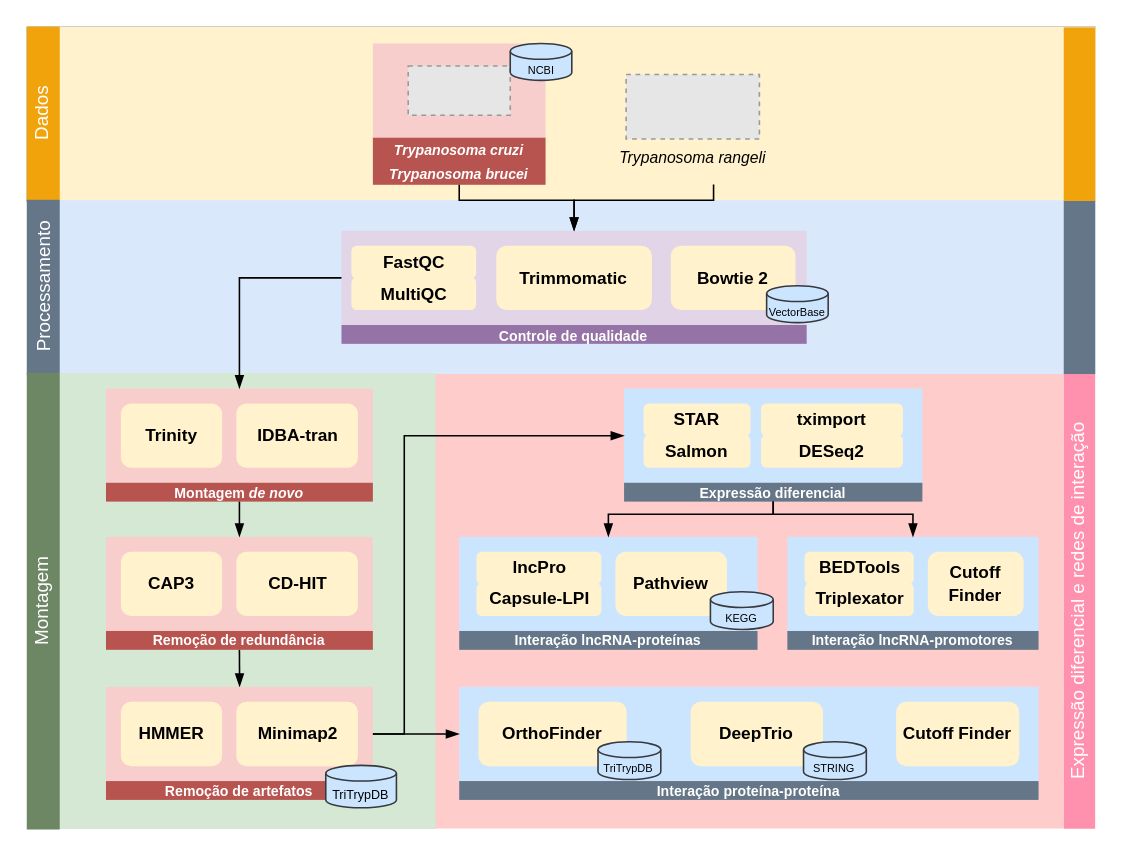
Above: ufsc/ppgbtc-doutorado/workflow_rnaseq_trangeli.drawio in ekazuo/draw-io (draw.io), before the change. Source tidied: cells renumbered, new cells numbered last; positions are measured from the earlier drawing's top-left corner, leaving out a move shared by most shapes. Both pictures are drawn from the tidied source at 157%, with x=0, y=0 at pixel (-185, 27). Pictures stored in the file or linked from it are replaced by grey dashed boxes.
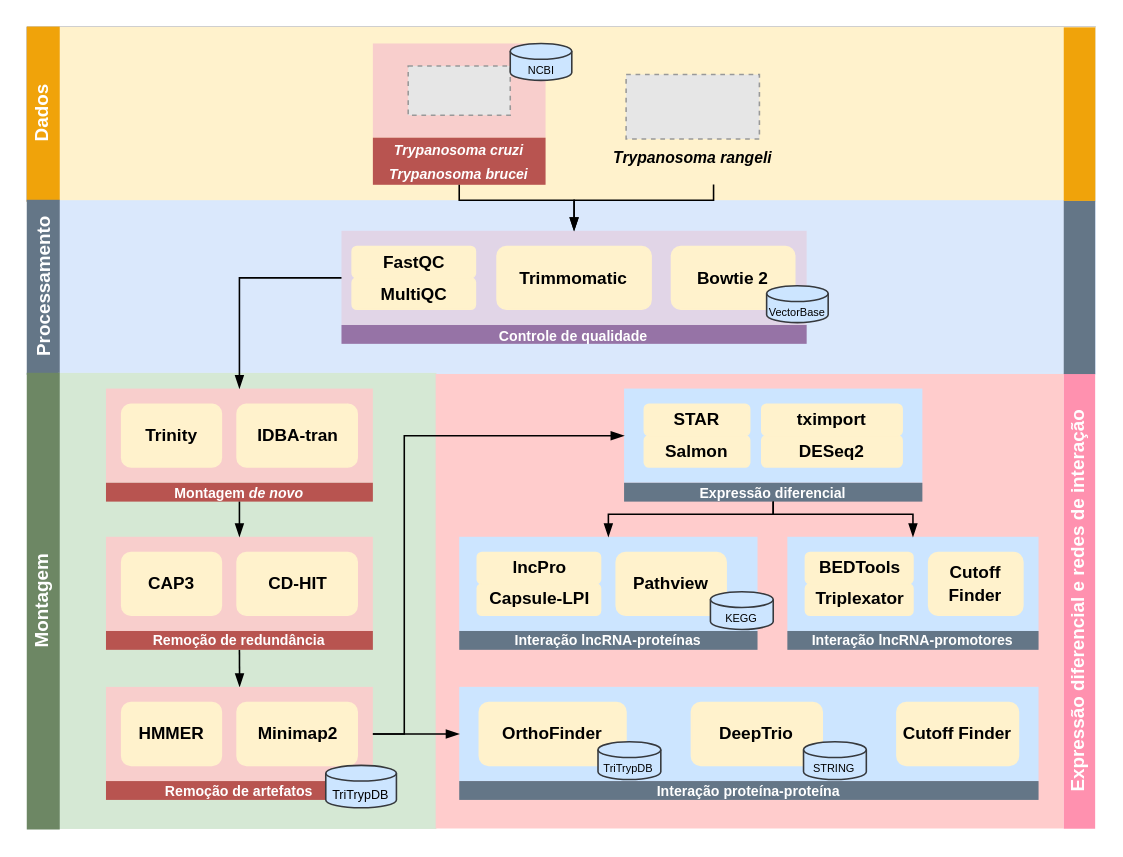
After the change.

The edit, as a diff of the source:
```diff
@@
-    <mxCell id="4" value="&lt;font color=&quot;#ffffff&quot;&gt;Dados&lt;/font&gt;" style="text;html=1;strokeColor=#F0A30A;fillColor=#F0A30A;align=center;verticalAlign=middle;whiteSpace=wrap;rounded=0;rotation=-90;fontColor=#000000;" parent="1" vertex="1">
+    <mxCell id="4" value="&lt;b&gt;&lt;font color=&quot;#ffffff&quot;&gt;Dados&lt;/font&gt;&lt;/b&gt;" style="text;html=1;strokeColor=#F0A30A;fillColor=#F0A30A;align=center;verticalAlign=middle;whiteSpace=wrap;rounded=0;rotation=-90;fontColor=#000000;" parent="1" vertex="1">
       <mxGeometry x="89.8" y="45.2" width="110.5" height="20" as="geometry" />
     </mxCell>
@@
-    <mxCell id="6" value="&lt;font color=&quot;#ffffff&quot;&gt;Processamento&lt;/font&gt;" style="text;html=1;strokeColor=#647687;fillColor=#647687;align=center;verticalAlign=middle;whiteSpace=wrap;rounded=0;rotation=-90;fontColor=#000000;" parent="1" vertex="1">
+    <mxCell id="6" value="&lt;b&gt;&lt;font color=&quot;#ffffff&quot;&gt;Processamento&lt;/font&gt;&lt;/b&gt;" style="text;html=1;strokeColor=#647687;fillColor=#647687;align=center;verticalAlign=middle;whiteSpace=wrap;rounded=0;rotation=-90;fontColor=#000000;" parent="1" vertex="1">
       <mxGeometry x="89.8" y="155.5" width="110.5" height="20" as="geometry" />
     </mxCell>
@@
-    <mxCell id="8" value="&lt;font color=&quot;#ffffff&quot;&gt;Montagem&lt;/font&gt;" style="text;html=1;strokeColor=#6D8764;fillColor=#6D8764;align=center;verticalAlign=middle;whiteSpace=wrap;rounded=0;rotation=-90;fontColor=#000000;" parent="1" vertex="1">
+    <mxCell id="8" value="&lt;b&gt;&lt;font color=&quot;#ffffff&quot;&gt;Montagem&lt;/font&gt;&lt;/b&gt;" style="text;html=1;strokeColor=#6D8764;fillColor=#6D8764;align=center;verticalAlign=middle;whiteSpace=wrap;rounded=0;rotation=-90;fontColor=#000000;" parent="1" vertex="1">
       <mxGeometry x="0.1" y="355.4" width="289.9" height="20" as="geometry" />
     </mxCell>
@@
-    <mxCell id="22" value="&lt;font color=&quot;#ffffff&quot;&gt;Expressão diferencial e redes de interação&lt;br&gt;&lt;/font&gt;" style="text;html=1;strokeColor=none;fillColor=#ff91af;align=center;verticalAlign=middle;whiteSpace=wrap;rounded=0;rotation=-90;fontColor=#000000;" parent="1" vertex="1">
+    <mxCell id="22" value="&lt;b&gt;&lt;font color=&quot;#ffffff&quot;&gt;Expressão diferencial e redes de interação&lt;br&gt;&lt;/font&gt;&lt;/b&gt;" style="text;html=1;strokeColor=none;fillColor=#ff91af;align=center;verticalAlign=middle;whiteSpace=wrap;rounded=0;rotation=-90;fontColor=#000000;" parent="1" vertex="1">
       <mxGeometry x="660.1" y="355.4" width="289.9" height="20" as="geometry" />
     </mxCell>
@@
-    <mxCell id="32" value="&lt;div style=&quot;font-size: 10px;&quot;&gt;&lt;font style=&quot;font-size: 10px;&quot;&gt;&lt;i&gt;Trypanosoma rangeli&lt;br&gt;&lt;/i&gt;&lt;/font&gt;&lt;/div&gt;" style="text;html=1;strokeColor=none;fillColor=none;align=center;verticalAlign=middle;whiteSpace=wrap;rounded=0;" parent="1" vertex="1">
+    <mxCell id="32" value="&lt;div style=&quot;font-size: 10px;&quot;&gt;&lt;b&gt;&lt;font style=&quot;font-size: 10px;&quot;&gt;&lt;i&gt;Trypanosoma rangeli&lt;br&gt;&lt;/i&gt;&lt;/font&gt;&lt;/b&gt;&lt;/div&gt;" style="text;html=1;strokeColor=none;fillColor=none;align=center;verticalAlign=middle;whiteSpace=wrap;rounded=0;" parent="1" vertex="1">
       <mxGeometry x="505" y="72.8" width="107.5" height="19.5" as="geometry" />
     </mxCell>
```
